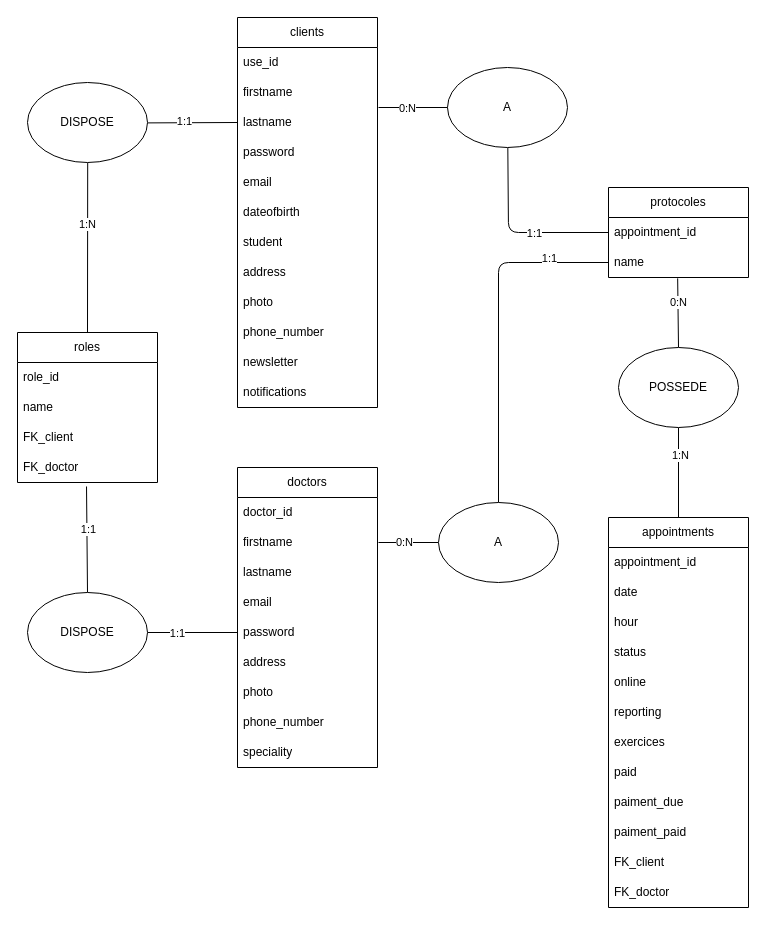
AlexSearha/KL-sophro-React-Back keeps this draw.io diagram as app/project_analysis/mcd/mcd.drawio. Above is the earlier version. Source tidied: cells renumbered, new cells numbered last; positions are measured from the earlier drawing's top-left corner, leaving out a move shared by most shapes. Both pictures are drawn from the tidied source at 100%, with x=0, y=0 at pixel (17, 17).
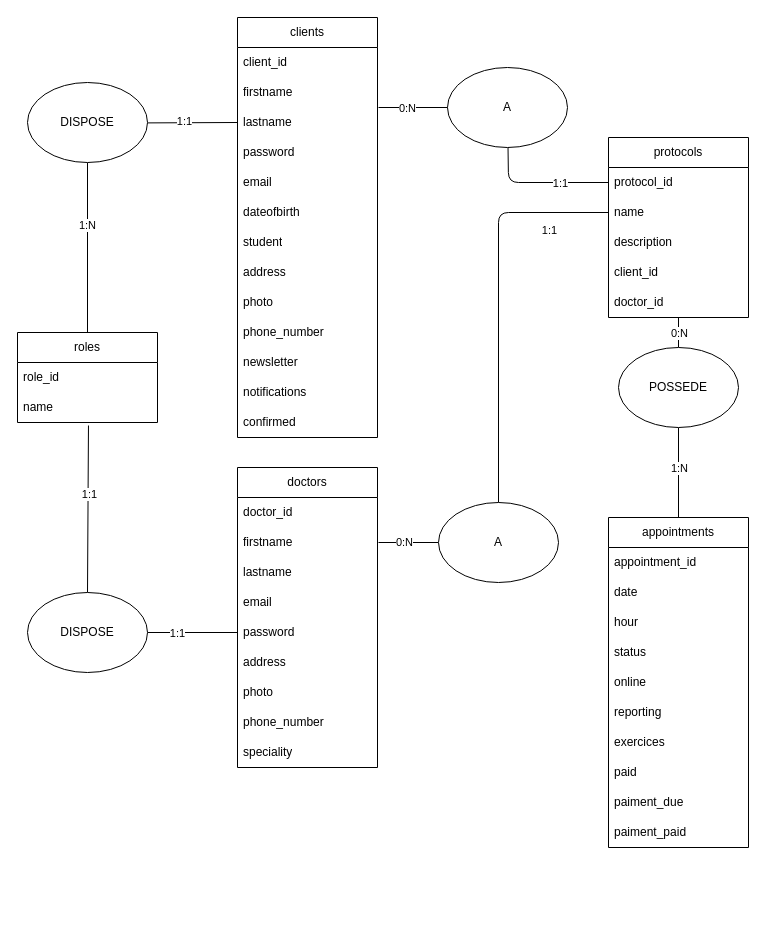
The same diagram, later.

Commit message (it also covers changes not shown here):
Ajout model sequelize PROTOCOL + index

The change refers to these unchanged cells:
```xml
<mxCell id="40" value="name" style="text;strokeColor=none;fillColor=none;align=left;verticalAlign=middle;spacingLeft=4;spacingRight=4;overflow=hidden;points=[[0,0.5],[1,0.5]];portConstraint=eastwest;whiteSpace=wrap;html=1;" parent="38" vertex="1">
  <mxGeometry y="60" width="140" height="30" as="geometry" />
</mxCell>
<mxCell id="45" value="A" style="ellipse;whiteSpace=wrap;html=1;" parent="1" vertex="1">
  <mxGeometry x="430" y="50" width="120" height="80" as="geometry" />
</mxCell>
<mxCell id="50" value="A" style="ellipse;whiteSpace=wrap;html=1;" parent="1" vertex="1">
  <mxGeometry x="421" y="485" width="120" height="80" as="geometry" />
</mxCell>
<mxCell id="62" value="DISPOSE" style="ellipse;whiteSpace=wrap;html=1;" parent="1" vertex="1">
  <mxGeometry x="10" y="575" width="120" height="80" as="geometry" />
</mxCell>
<mxCell id="65" value="name" style="text;strokeColor=none;fillColor=none;align=left;verticalAlign=middle;spacingLeft=4;spacingRight=4;overflow=hidden;points=[[0,0.5],[1,0.5]];portConstraint=eastwest;whiteSpace=wrap;html=1;" parent="63" vertex="1">
  <mxGeometry y="60" width="140" height="30" as="geometry" />
</mxCell>
<mxCell id="66" style="edgeStyle=none;html=1;endArrow=none;endFill=0;" parent="1" edge="1" source="70" target="25">
  <mxGeometry relative="1" as="geometry" />
</mxCell>
<mxCell id="70" value="POSSEDE" style="ellipse;whiteSpace=wrap;html=1;" parent="1" vertex="1">
  <mxGeometry x="601" y="330" width="120" height="80" as="geometry" />
</mxCell>
```

The edit, as a diff of the source:
```diff
@@
     <mxCell id="2" value="clients" style="swimlane;fontStyle=0;horizontal=1;startSize=30;whiteSpace=wrap;html=1;" parent="1" vertex="1">
-      <mxGeometry x="220" width="140" height="390" as="geometry" />
+      <mxGeometry x="220" width="140" height="420" as="geometry" />
     </mxCell>
-    <mxCell id="3" value="use_id" style="text;strokeColor=none;fillColor=none;align=left;verticalAlign=middle;spacingLeft=4;spacingRight=4;overflow=hidden;whiteSpace=wrap;html=1;" parent="2" vertex="1">
+    <mxCell id="3" value="client_id" style="text;strokeColor=none;fillColor=none;align=left;verticalAlign=middle;spacingLeft=4;spacingRight=4;overflow=hidden;whiteSpace=wrap;html=1;" parent="2" vertex="1">
       <mxGeometry y="30" width="140" height="30" as="geometry" />
     </mxCell>
@@
+    <mxCell id="71" value="confirmed" style="text;strokeColor=none;fillColor=none;align=left;verticalAlign=middle;spacingLeft=4;spacingRight=4;overflow=hidden;whiteSpace=wrap;html=1;" parent="2" vertex="1">
+      <mxGeometry y="390" width="140" height="30" as="geometry" />
+    </mxCell>
@@
     <mxCell id="25" value="appointments" style="swimlane;fontStyle=0;horizontal=1;startSize=30;whiteSpace=wrap;html=1;" parent="1" vertex="1">
-      <mxGeometry x="591" y="500" width="140" height="390" as="geometry" />
+      <mxGeometry x="591" y="500" width="140" height="330" as="geometry" />
     </mxCell>
@@
-    <mxCell id="36" value="FK_client" style="text;strokeColor=none;fillColor=none;align=left;verticalAlign=middle;spacingLeft=4;spacingRight=4;overflow=hidden;whiteSpace=wrap;html=1;" parent="25" vertex="1">
-      <mxGeometry y="330" width="140" height="30" as="geometry" />
-    </mxCell>
-    <mxCell id="37" value="FK_doctor" style="text;strokeColor=none;fillColor=none;align=left;verticalAlign=middle;spacingLeft=4;spacingRight=4;overflow=hidden;whiteSpace=wrap;html=1;" parent="25" vertex="1">
-      <mxGeometry y="360" width="140" height="30" as="geometry" />
-    </mxCell>
     <mxCell id="38" value="roles" style="swimlane;fontStyle=0;horizontal=1;startSize=30;whiteSpace=wrap;html=1;" parent="1" vertex="1">
-      <mxGeometry y="315" width="140" height="150" as="geometry" />
+      <mxGeometry y="315" width="140" height="90" as="geometry" />
     </mxCell>
@@
-    <mxCell id="41" value="FK_client" style="text;strokeColor=none;fillColor=none;align=left;verticalAlign=middle;spacingLeft=4;spacingRight=4;overflow=hidden;whiteSpace=wrap;html=1;" parent="38" vertex="1">
-      <mxGeometry y="90" width="140" height="30" as="geometry" />
-    </mxCell>
-    <mxCell id="42" value="FK_doctor" style="text;strokeColor=none;fillColor=none;align=left;verticalAlign=middle;spacingLeft=4;spacingRight=4;overflow=hidden;points=[[0,0.5],[1,0.5]];portConstraint=eastwest;whiteSpace=wrap;html=1;" parent="38" vertex="1">
-      <mxGeometry y="120" width="140" height="30" as="geometry" />
-    </mxCell>
     <mxCell id="43" style="edgeStyle=none;html=1;endArrow=none;endFill=0;entryX=0;entryY=0.5;entryDx=0;entryDy=0;" parent="1" edge="1" source="45" target="64">
       <mxGeometry relative="1" as="geometry">
         <Array as="points">
-          <mxPoint x="491" y="215" />
+          <mxPoint x="491" y="165" />
         </Array>
       </mxGeometry>
     </mxCell>
@@
     <mxCell id="48" style="edgeStyle=none;html=1;endArrow=none;endFill=0;entryX=0;entryY=0.5;entryDx=0;entryDy=0;" parent="1" edge="1" source="50" target="65">
       <mxGeometry relative="1" as="geometry">
         <Array as="points">
-          <mxPoint x="481" y="245" />
+          <mxPoint x="481" y="195" />
         </Array>
       </mxGeometry>
     </mxCell>
@@
-    <mxCell id="58" style="edgeStyle=none;html=1;endArrow=none;endFill=0;entryX=0.493;entryY=1.133;entryDx=0;entryDy=0;entryPerimeter=0;" parent="1" edge="1" source="62" target="42">
+    <mxCell id="58" style="edgeStyle=none;html=1;endArrow=none;endFill=0;entryX=0.507;entryY=1.1;entryDx=0;entryDy=0;entryPerimeter=0;" parent="1" edge="1" source="62" target="40">
       <mxGeometry relative="1" as="geometry" />
     </mxCell>
@@
-    <mxCell id="63" value="protocoles" style="swimlane;fontStyle=0;horizontal=1;startSize=30;whiteSpace=wrap;html=1;" parent="1" vertex="1">
-      <mxGeometry x="591" y="170" width="140" height="90" as="geometry" />
+    <mxCell id="63" value="protocols" style="swimlane;fontStyle=0;horizontal=1;startSize=30;whiteSpace=wrap;html=1;" parent="1" vertex="1">
+      <mxGeometry x="591" y="120" width="140" height="180" as="geometry" />
     </mxCell>
-    <mxCell id="64" value="appointment_id" style="text;strokeColor=none;fillColor=none;align=left;verticalAlign=middle;spacingLeft=4;spacingRight=4;overflow=hidden;points=[[0,0.5],[1,0.5]];portConstraint=eastwest;whiteSpace=wrap;html=1;" parent="63" vertex="1">
+    <mxCell id="64" value="protocol_id" style="text;strokeColor=none;fillColor=none;align=left;verticalAlign=middle;spacingLeft=4;spacingRight=4;overflow=hidden;points=[[0,0.5],[1,0.5]];portConstraint=eastwest;whiteSpace=wrap;html=1;" parent="63" vertex="1">
       <mxGeometry y="30" width="140" height="30" as="geometry" />
     </mxCell>
@@
+    <mxCell id="72" value="description" style="text;strokeColor=none;fillColor=none;align=left;verticalAlign=middle;spacingLeft=4;spacingRight=4;overflow=hidden;whiteSpace=wrap;html=1;" parent="63" vertex="1">
+      <mxGeometry y="90" width="140" height="30" as="geometry" />
+    </mxCell>
+    <mxCell id="73" value="client_id" style="text;strokeColor=none;fillColor=none;align=left;verticalAlign=middle;spacingLeft=4;spacingRight=4;overflow=hidden;whiteSpace=wrap;html=1;" parent="63" vertex="1">
+      <mxGeometry y="120" width="140" height="30" as="geometry" />
+    </mxCell>
+    <mxCell id="74" value="doctor_id" style="text;strokeColor=none;fillColor=none;align=left;verticalAlign=middle;spacingLeft=4;spacingRight=4;overflow=hidden;whiteSpace=wrap;html=1;" parent="63" vertex="1">
+      <mxGeometry y="150" width="140" height="30" as="geometry" />
+    </mxCell>
@@
     <mxCell id="67" value="1:N" style="edgeLabel;html=1;align=center;verticalAlign=middle;" parent="66" vertex="1">
-      <mxGeometry x="-0.41" y="1" relative="1" as="geometry" />
+      <mxGeometry x="-0.41" y="1" relative="1" as="geometry">
+        <mxPoint x="-1" y="13" as="offset" />
+      </mxGeometry>
     </mxCell>
-    <mxCell id="68" style="edgeStyle=none;html=1;entryX=0.494;entryY=1.029;entryDx=0;entryDy=0;entryPerimeter=0;endArrow=none;endFill=0;" parent="1" edge="1" source="70" target="65">
-      <mxGeometry relative="1" as="geometry" />
+    <mxCell id="68" style="edgeStyle=none;html=1;endArrow=none;endFill=0;" parent="1" edge="1" source="70">
+      <mxGeometry relative="1" as="geometry">
+        <mxPoint x="661" y="300" as="targetPoint" />
+      </mxGeometry>
     </mxCell>
     <mxCell id="69" value="0:N" style="edgeLabel;html=1;align=center;verticalAlign=middle;" parent="68" vertex="1">
-      <mxGeometry x="0.32" relative="1" as="geometry" />
+      <mxGeometry x="0.32" relative="1" as="geometry">
+        <mxPoint y="5" as="offset" />
+      </mxGeometry>
     </mxCell>
```
